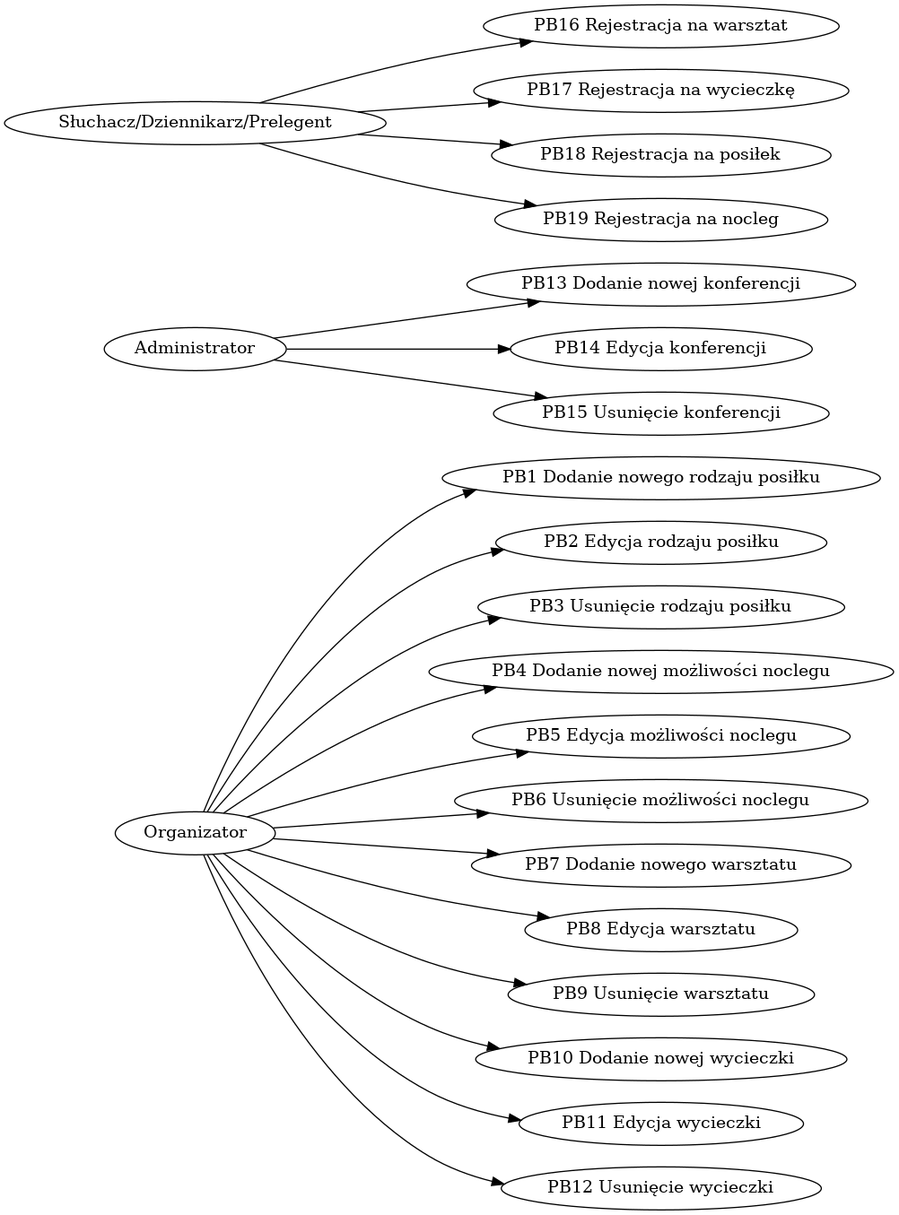
zyla/iop_konferencja keeps this Graphviz diagram as pb.png. Above is the earlier version. Its source is kept beside it as pb.dot.
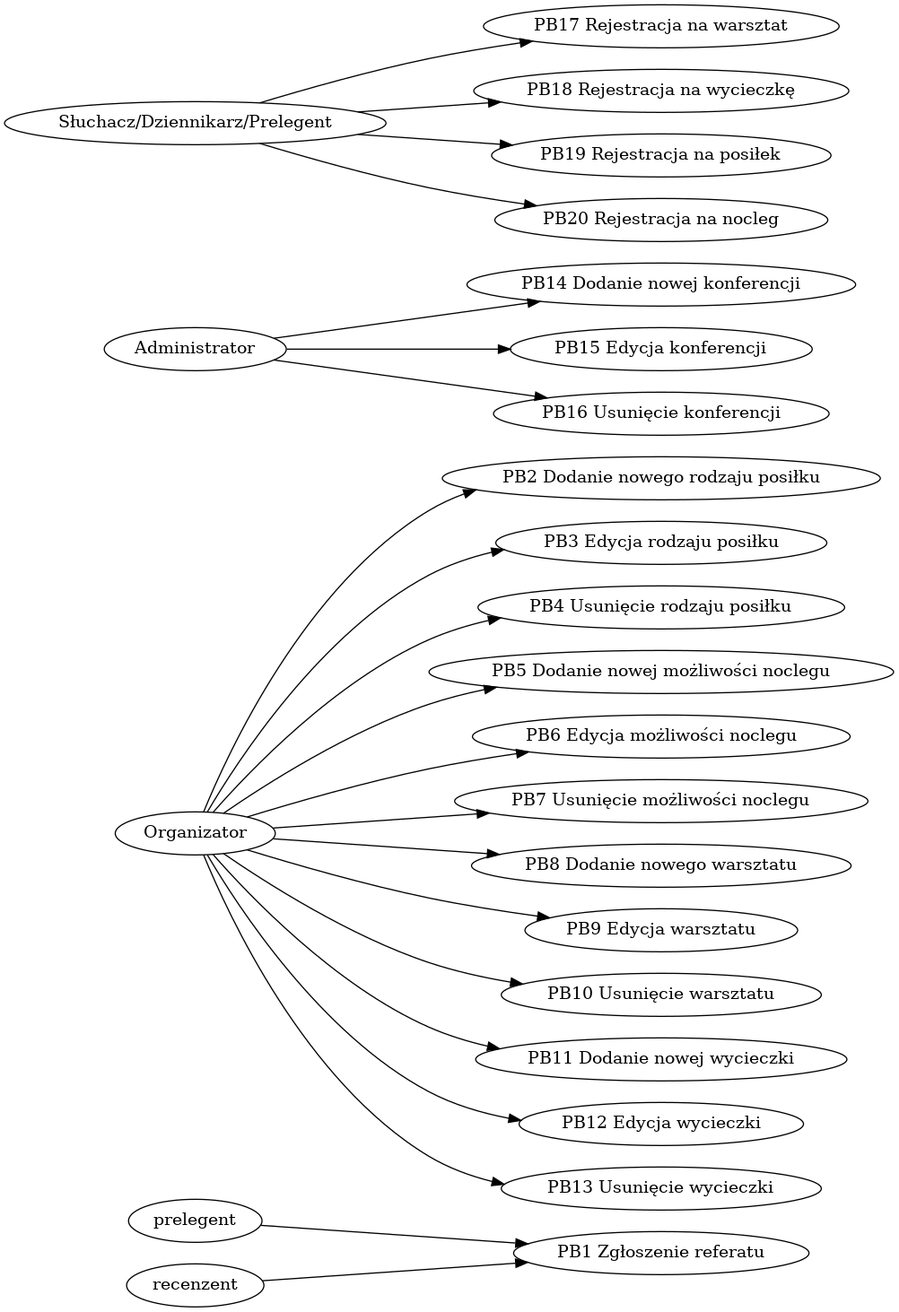
Later version of the same file.

Diff of the diagram source:
```diff
@@ -1,20 +1,22 @@
-digraph { rankdir=LR; "Organizator" -> "PB1 Dodanie nowego rodzaju posiłku"
-"Organizator" -> "PB2 Edycja rodzaju posiłku"
-"Organizator" -> "PB3 Usunięcie rodzaju posiłku"
-"Organizator" -> "PB4 Dodanie nowej możliwości noclegu"
-"Organizator" -> "PB5 Edycja możliwości noclegu"
-"Organizator" -> "PB6 Usunięcie możliwości noclegu"
-"Organizator" -> "PB7 Dodanie nowego warsztatu"
-"Organizator" -> "PB8 Edycja warsztatu"
-"Organizator" -> "PB9 Usunięcie warsztatu"
-"Organizator" -> "PB10 Dodanie nowej wycieczki"
-"Organizator" -> "PB11 Edycja wycieczki"
-"Organizator" -> "PB12 Usunięcie wycieczki"
-"Administrator" -> "PB13 Dodanie nowej konferencji"
-"Administrator" -> "PB14 Edycja konferencji"
-"Administrator" -> "PB15 Usunięcie konferencji"
-"Słuchacz/Dziennikarz/Prelegent" -> "PB16 Rejestracja na warsztat"
-"Słuchacz/Dziennikarz/Prelegent" -> "PB17 Rejestracja na wycieczkę"
-"Słuchacz/Dziennikarz/Prelegent" -> "PB18 Rejestracja na posiłek"
-"Słuchacz/Dziennikarz/Prelegent" -> "PB19 Rejestracja na nocleg"
+digraph { rankdir=LR; "prelegent" -> "PB1 Zgłoszenie referatu"
+"recenzent" -> "PB1 Zgłoszenie referatu"
+"Organizator" -> "PB2 Dodanie nowego rodzaju posiłku"
+"Organizator" -> "PB3 Edycja rodzaju posiłku"
+"Organizator" -> "PB4 Usunięcie rodzaju posiłku"
+"Organizator" -> "PB5 Dodanie nowej możliwości noclegu"
+"Organizator" -> "PB6 Edycja możliwości noclegu"
+"Organizator" -> "PB7 Usunięcie możliwości noclegu"
+"Organizator" -> "PB8 Dodanie nowego warsztatu"
+"Organizator" -> "PB9 Edycja warsztatu"
+"Organizator" -> "PB10 Usunięcie warsztatu"
+"Organizator" -> "PB11 Dodanie nowej wycieczki"
+"Organizator" -> "PB12 Edycja wycieczki"
+"Organizator" -> "PB13 Usunięcie wycieczki"
+"Administrator" -> "PB14 Dodanie nowej konferencji"
+"Administrator" -> "PB15 Edycja konferencji"
+"Administrator" -> "PB16 Usunięcie konferencji"
+"Słuchacz/Dziennikarz/Prelegent" -> "PB17 Rejestracja na warsztat"
+"Słuchacz/Dziennikarz/Prelegent" -> "PB18 Rejestracja na wycieczkę"
+"Słuchacz/Dziennikarz/Prelegent" -> "PB19 Rejestracja na posiłek"
+"Słuchacz/Dziennikarz/Prelegent" -> "PB20 Rejestracja na nocleg"
  }
```
